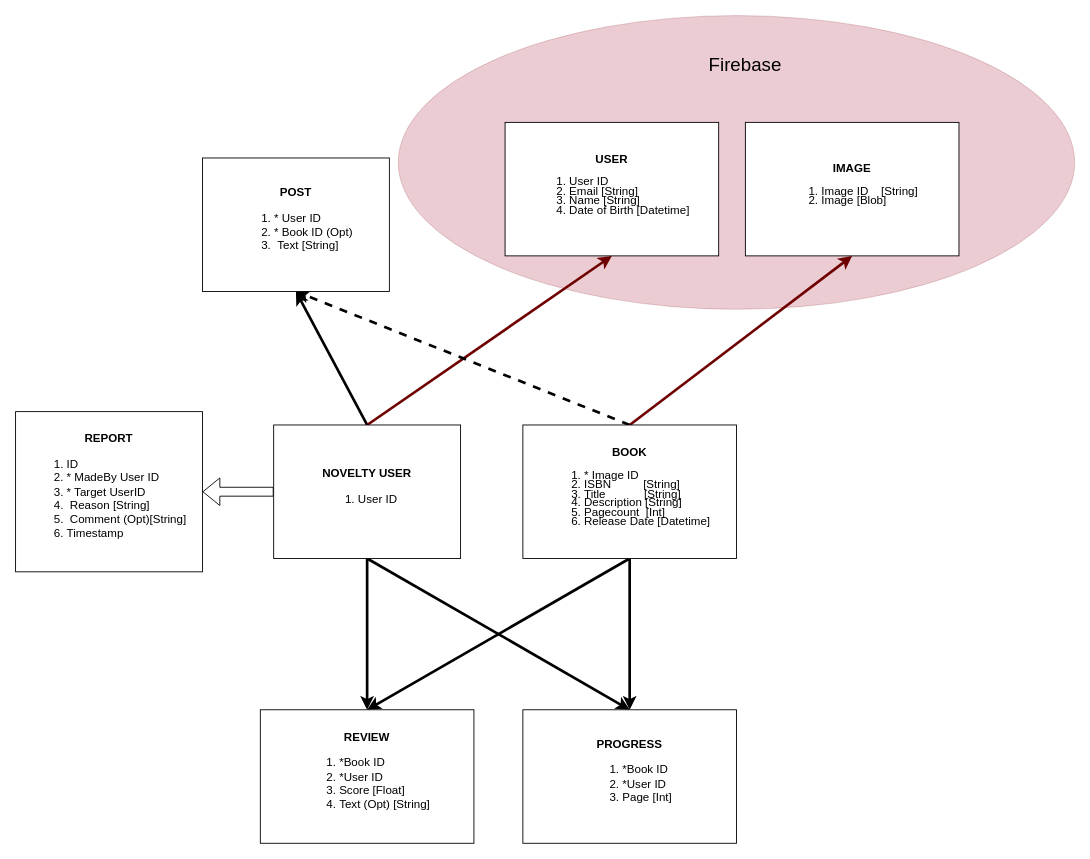
Earlier version of the draw.io diagram backend/DB.drawio (stavkran/BookApp). Source tidied: cells renumbered, new cells numbered last; positions are measured from the earlier drawing's top-left corner, leaving out a move shared by most shapes. Both pictures are drawn from the tidied source at 89%, with x=0, y=0 at pixel (15, 15).
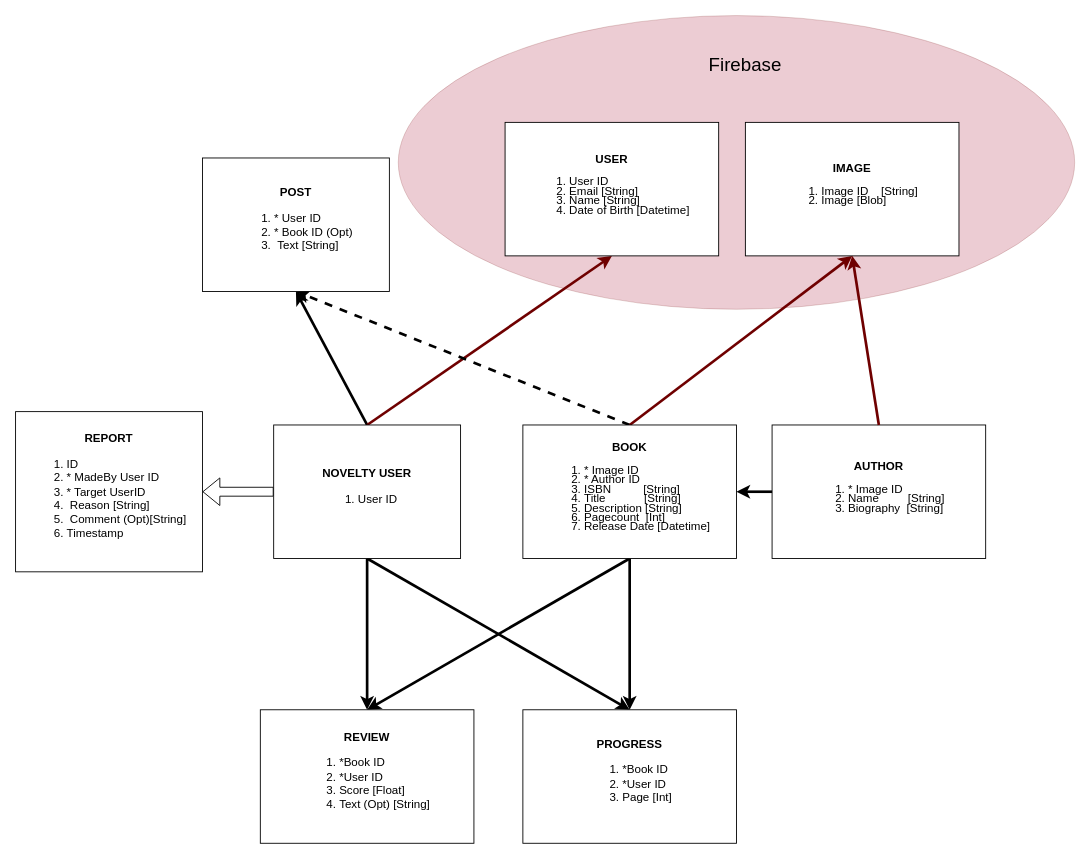
The same page after the edit.

Commit message (it also covers changes not shown here):
Create book API

Unchanged cells that the change refers to:
```xml
<mxCell id="18" value="&lt;font style=&quot;font-size: 13px;&quot;&gt;&lt;b style=&quot;&quot;&gt;IMAGE&lt;/b&gt;&lt;br&gt;&lt;/font&gt;&lt;ol style=&quot;line-height: 80%; font-size: 13px;&quot;&gt;&lt;li style=&quot;text-align: left;&quot;&gt;&lt;font style=&quot;font-size: 13px;&quot;&gt;Image ID&amp;nbsp; &amp;nbsp; [String]&lt;/font&gt;&lt;/li&gt;&lt;li style=&quot;text-align: left;&quot;&gt;Image [Blob]&lt;/li&gt;&lt;/ol&gt;" style="rounded=0;whiteSpace=wrap;html=1;align=center;" parent="1" vertex="1">
  <mxGeometry x="820" y="120" width="240" height="150" as="geometry" />
</mxCell>
```

Diff of the diagram source:
```diff
@@
-    <mxCell id="13" value="&lt;font style=&quot;font-size: 13px;&quot;&gt;&lt;b style=&quot;&quot;&gt;BOOK&lt;/b&gt;&lt;br&gt;&lt;/font&gt;&lt;ol style=&quot;line-height: 80%; font-size: 13px;&quot;&gt;&lt;li style=&quot;text-align: left;&quot;&gt;&lt;font style=&quot;font-size: 13px;&quot;&gt;* Image ID&lt;/font&gt;&lt;/li&gt;&lt;li style=&quot;text-align: left;&quot;&gt;&lt;font style=&quot;font-size: 13px;&quot;&gt;ISBN&amp;nbsp; &amp;nbsp; &amp;nbsp; &amp;nbsp; &amp;nbsp; [String]&lt;/font&gt;&lt;/li&gt;&lt;li style=&quot;text-align: left;&quot;&gt;&lt;font style=&quot;font-size: 13px;&quot;&gt;Title&amp;nbsp; &amp;nbsp; &amp;nbsp; &amp;nbsp; &amp;nbsp; &amp;nbsp; [String]&lt;/font&gt;&lt;/li&gt;&lt;li style=&quot;text-align: left;&quot;&gt;&lt;font style=&quot;font-size: 13px;&quot;&gt;Description [String]&lt;/font&gt;&lt;/li&gt;&lt;li style=&quot;text-align: left;&quot;&gt;Pagecount&amp;nbsp; [Int]&lt;/li&gt;&lt;li style=&quot;text-align: left;&quot;&gt;Release Date [Datetime]&lt;/li&gt;&lt;/ol&gt;" style="rounded=0;whiteSpace=wrap;html=1;align=center;" parent="1" vertex="1">
+    <mxCell id="13" value="&lt;font style=&quot;font-size: 13px;&quot;&gt;&lt;b style=&quot;&quot;&gt;BOOK&lt;/b&gt;&lt;br&gt;&lt;/font&gt;&lt;ol style=&quot;line-height: 80%; font-size: 13px;&quot;&gt;&lt;li style=&quot;text-align: left;&quot;&gt;&lt;font style=&quot;font-size: 13px;&quot;&gt;* Image ID&lt;/font&gt;&lt;/li&gt;&lt;li style=&quot;text-align: left;&quot;&gt;* Author ID&lt;/li&gt;&lt;li style=&quot;text-align: left;&quot;&gt;&lt;font style=&quot;font-size: 13px;&quot;&gt;ISBN&amp;nbsp; &amp;nbsp; &amp;nbsp; &amp;nbsp; &amp;nbsp; [String]&lt;/font&gt;&lt;/li&gt;&lt;li style=&quot;text-align: left;&quot;&gt;&lt;font style=&quot;font-size: 13px;&quot;&gt;Title&amp;nbsp; &amp;nbsp; &amp;nbsp; &amp;nbsp; &amp;nbsp; &amp;nbsp; [String]&lt;/font&gt;&lt;/li&gt;&lt;li style=&quot;text-align: left;&quot;&gt;&lt;font style=&quot;font-size: 13px;&quot;&gt;Description [String]&lt;/font&gt;&lt;/li&gt;&lt;li style=&quot;text-align: left;&quot;&gt;Pagecount&amp;nbsp; [Int]&lt;/li&gt;&lt;li style=&quot;text-align: left;&quot;&gt;Release Date [Datetime]&lt;/li&gt;&lt;/ol&gt;" style="rounded=0;whiteSpace=wrap;html=1;align=center;" parent="1" vertex="1">
       <mxGeometry x="570" y="460" width="240" height="150" as="geometry" />
     </mxCell>
@@
+    <mxCell id="21" value="&lt;font style=&quot;font-size: 13px;&quot;&gt;&lt;b style=&quot;&quot;&gt;AUTHOR&lt;/b&gt;&lt;br&gt;&lt;/font&gt;&lt;ol style=&quot;line-height: 80%; font-size: 13px;&quot;&gt;&lt;li style=&quot;text-align: left;&quot;&gt;* Image ID&lt;/li&gt;&lt;li style=&quot;text-align: left;&quot;&gt;Name&amp;nbsp; &amp;nbsp; &amp;nbsp; &amp;nbsp; &amp;nbsp;[String]&lt;/li&gt;&lt;li style=&quot;text-align: left;&quot;&gt;&lt;font style=&quot;font-size: 13px;&quot;&gt;Biography&amp;nbsp; [String]&lt;/font&gt;&lt;/li&gt;&lt;/ol&gt;" style="rounded=0;whiteSpace=wrap;html=1;align=center;" parent="1" vertex="1">
+      <mxGeometry x="850" y="460" width="240" height="150" as="geometry" />
+    </mxCell>
+    <mxCell id="22" style="edgeStyle=none;html=1;exitX=0.5;exitY=0;exitDx=0;exitDy=0;entryX=0.5;entryY=1;entryDx=0;entryDy=0;fillColor=#a20025;strokeColor=#6F0000;strokeWidth=3;" parent="1" edge="1" source="21" target="18">
+      <mxGeometry relative="1" as="geometry" />
+    </mxCell>
+    <mxCell id="23" style="edgeStyle=none;html=1;exitX=0;exitY=0.5;exitDx=0;exitDy=0;entryX=1;entryY=0.5;entryDx=0;entryDy=0;strokeColor=default;fontSize=13;strokeWidth=3;" parent="1" edge="1" source="21" target="13">
+      <mxGeometry relative="1" as="geometry" />
+    </mxCell>
```
